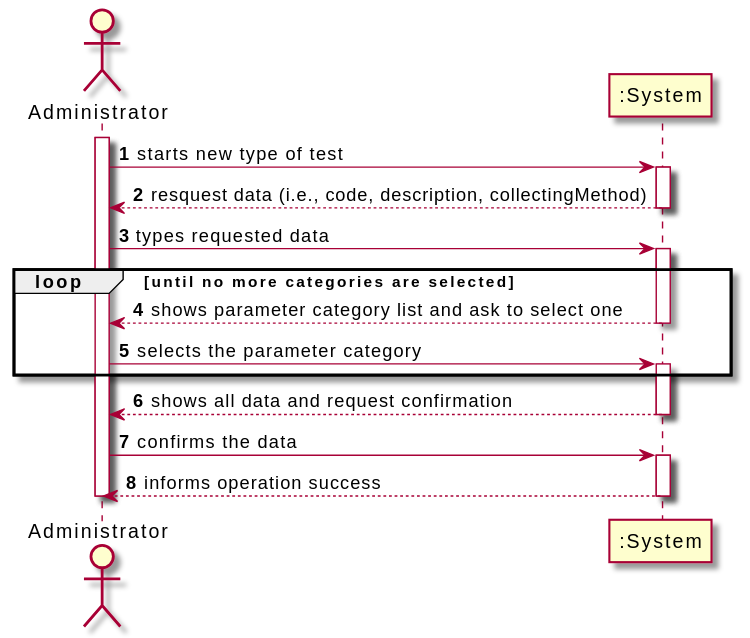
Above: docs/SprintC/US_5/UC5_SSD.svg in RuiRioPina/LAPR2-20-21 (PlantUML), before the change.
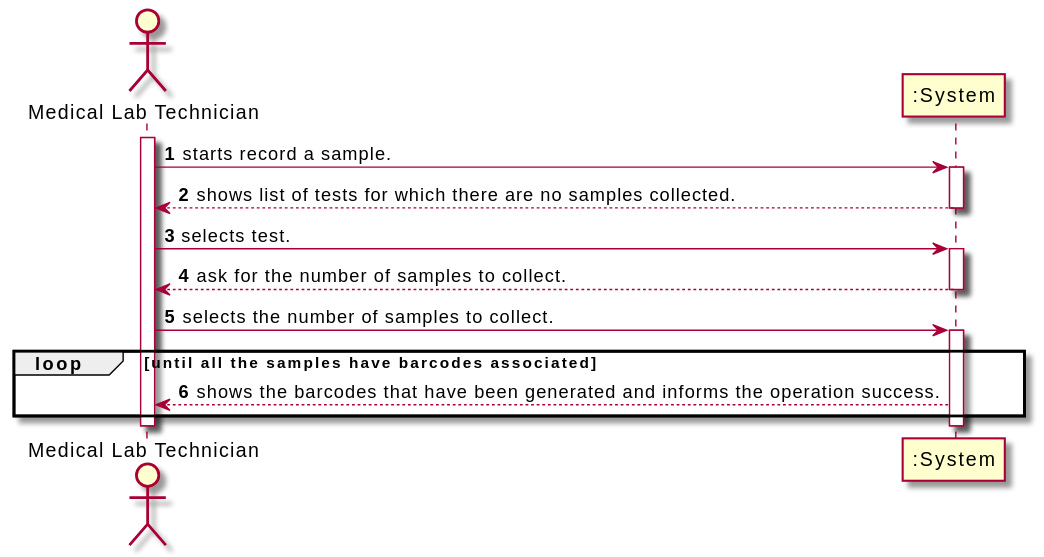
After the change.

The edit, as a diff of the source:
```diff
@@ -1,29 +1,24 @@
 @startuml
 autonumber
-actor "Administrator" as ADMIN
+actor "Medical Lab Technician" as MEDLT
 
-activate ADMIN
-ADMIN-> ":System" : starts new type of test
+activate MEDLT
+MEDLT-> ":System" : starts record a sample.
 activate ":System"
-":System" --> ADMIN : resquest data (i.e., code, description, collectingMethod)
+":System" --> MEDLT : shows list of tests for which there are no samples collected.
 deactivate ":System"
 
-ADMIN -> ":System" : types requested data
+MEDLT -> ":System" : selects test.
 activate ":System"
-loop until no more categories are selected
-	":System" --> ADMIN : shows parameter category list and ask to select one
-	deactivate ":System"
-
-	ADMIN -> ":System" : selects the parameter category
-	activate ":System"
-end
-":System" --> ADMIN : shows all data and request confirmation
+":System" --> MEDLT : ask for the number of samples to collect.
 deactivate ":System"
 
-ADMIN -> ":System" : confirms the data
+MEDLT -> ":System" : selects the number of samples to collect.
 activate ":System"
-":System" --> ADMIN : informs operation success
+loop until all the samples have barcodes associated
+	":System" --> MEDLT : shows the barcodes that have been generated and informs the operation success.
+end
 deactivate ":System"
 
-deactivate ADMIN
+deactivate MEDLT
 @enduml
```
